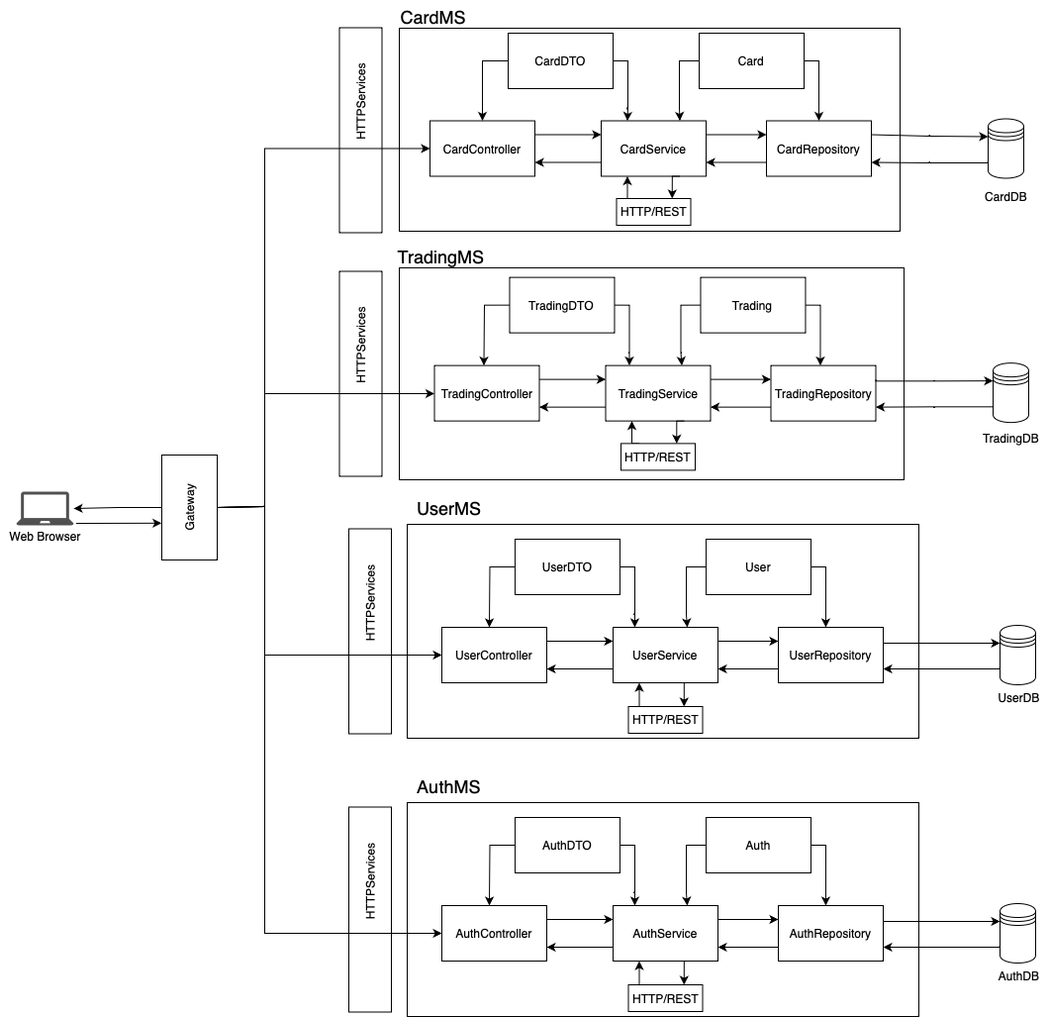
Earlier version of the draw.io export Archi.drawio.png (MaaatGrv/asi3_gr6). Source tidied: cells renumbered, new cells last; positions are measured from the earlier drawing's top-left corner, leaving out a move shared by most shapes.
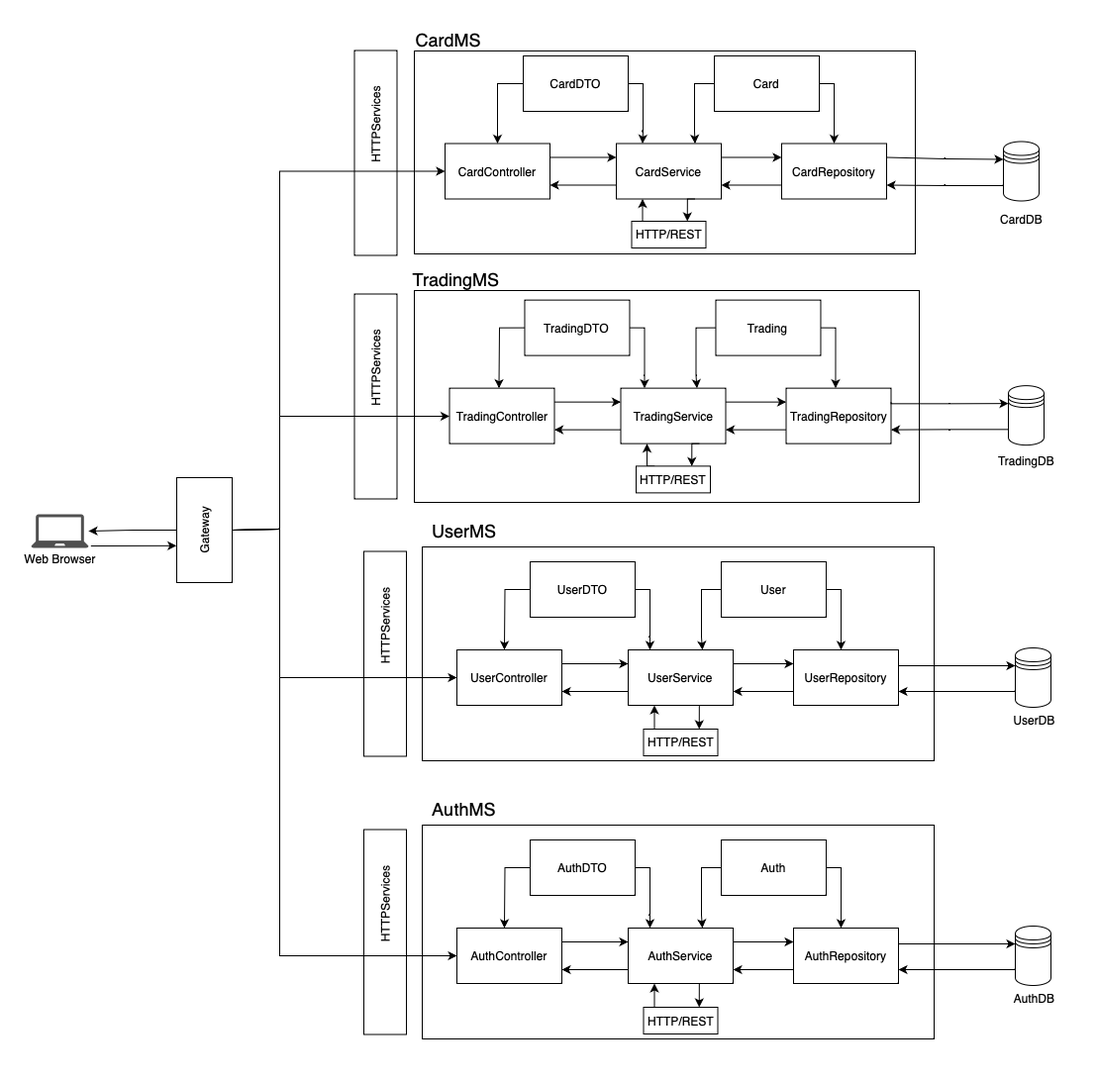
After the commit.

Commit message:
Mettre à jour Archi.drawio.png

Change to the diagram source:
```diff
@@ -2,6 +2,9 @@
   <root>
     <mxCell id="0" />
     <mxCell id="1" parent="0" />
+    <mxCell id="104" style="rounded=0;whiteSpace=wrap;html=1;strokeColor=#FFFFFF;" parent="1" vertex="1">
+      <mxGeometry x="-15" y="-23" width="1106" height="1092" as="geometry" />
+    </mxCell>
     <mxCell id="2" style="group;" parent="1" vertex="1">
       <mxGeometry width="1058.5" height="1026" as="geometry" />
     </mxCell>
```
